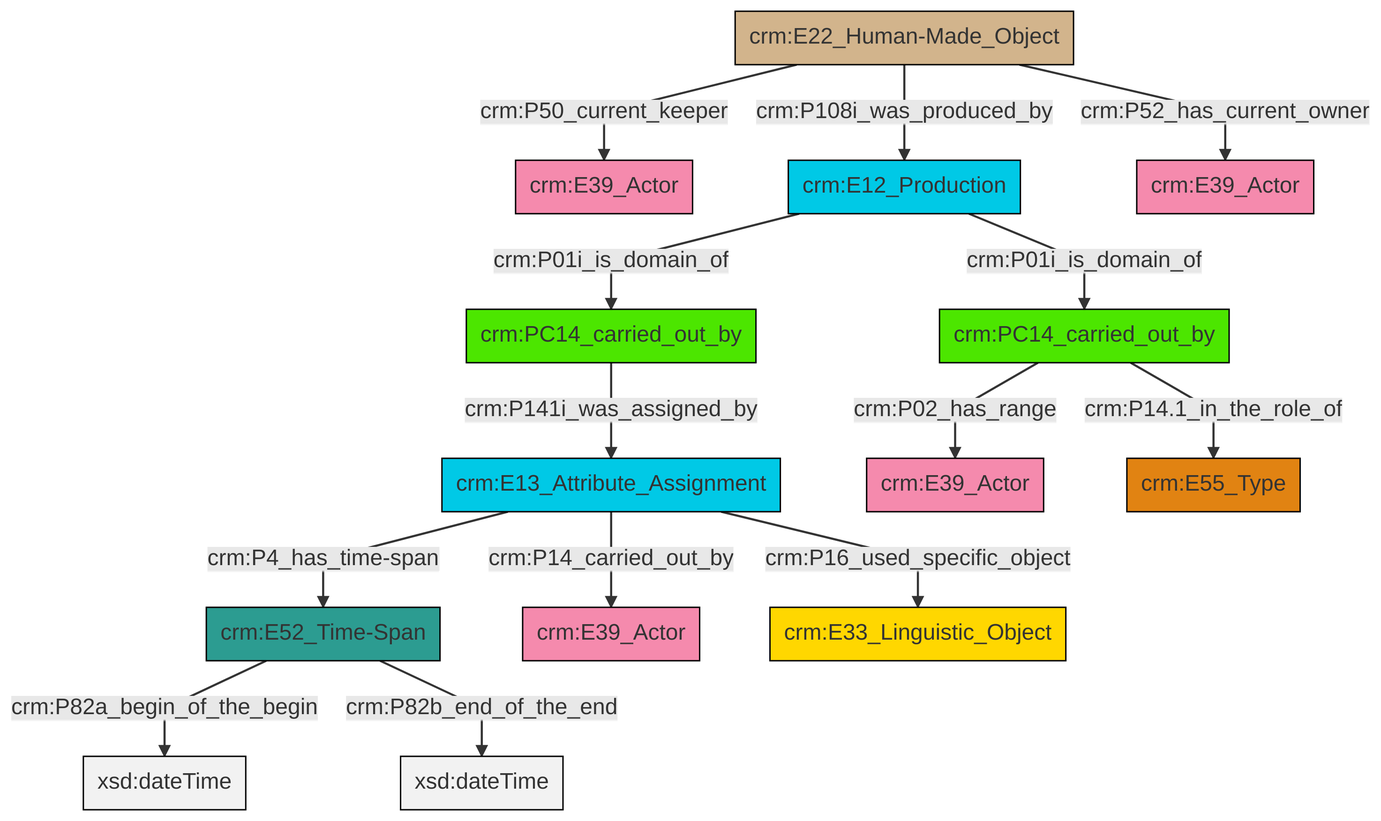
The Mermaid diagram et/carrierCSV/ttl/mmd/png/carrier_relations.png in swiss-art-research-net/docs.swissartresearch, before a commit. Its source is kept beside it as et/carrierCSV/ttl/mmd/carrier_relations.ttl.mmd.
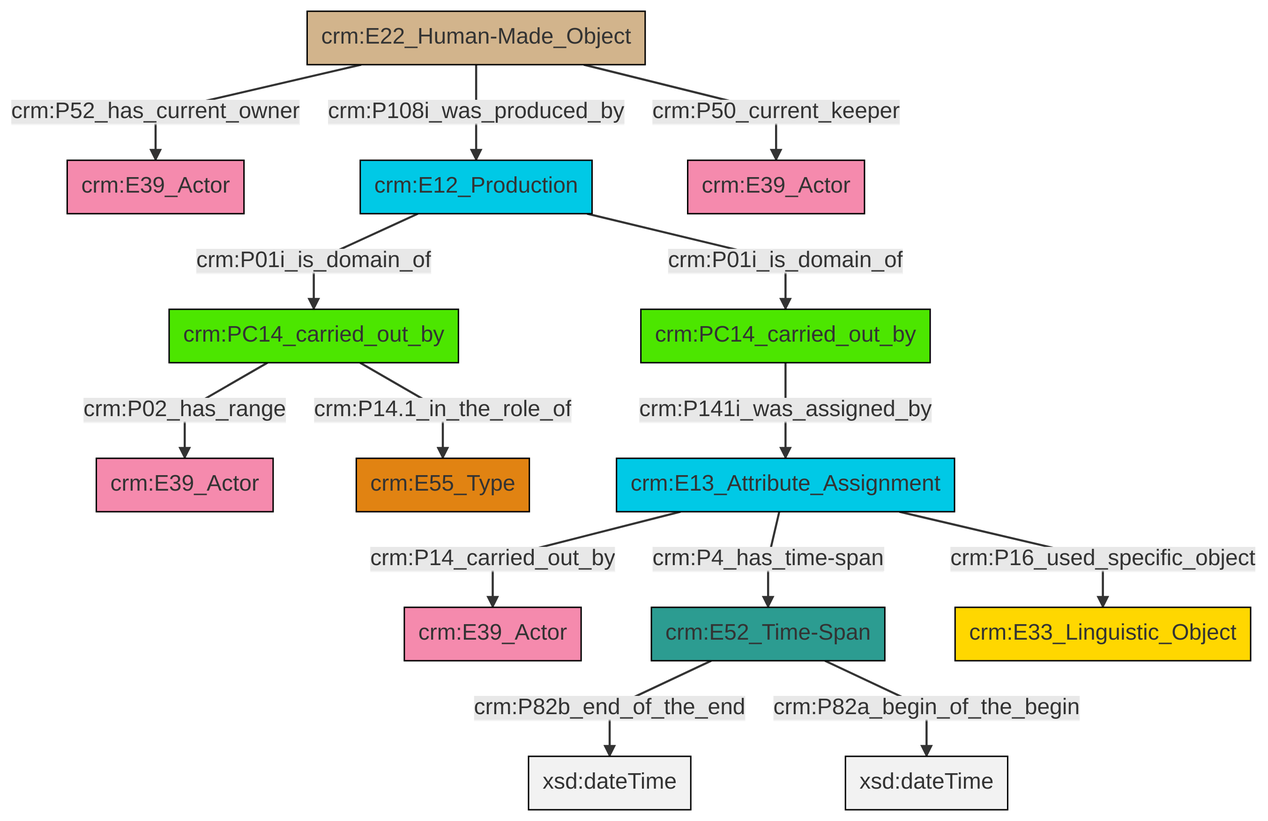
After the change.

What changed in the source:
```diff
@@ -13,16 +13,16 @@
 classDef PC_Classes fill:#4ce600, stroke:#000000;
 classDef Multi fill:#cccccc,stroke:#000000;
 
-0["crm:E22_Human-Made_Object"]:::Physical_Thing -->|crm:P50_current_keeper| 1["crm:E39_Actor"]:::Actor
-0["crm:E22_Human-Made_Object"]:::Physical_Thing -->|crm:P108i_was_produced_by| 2["crm:E12_Production"]:::Temporal_Entity
-3["crm:E52_Time-Span"]:::Time-Span -->|crm:P82a_begin_of_the_begin| 4[xsd:dateTime]:::Literal
-7["crm:PC14_carried_out_by"]:::PC_Classes -->|crm:P141i_was_assigned_by| 8["crm:E13_Attribute_Assignment"]:::Temporal_Entity
-2["crm:E12_Production"]:::Temporal_Entity -->|crm:P01i_is_domain_of| 7["crm:PC14_carried_out_by"]:::PC_Classes
-2["crm:E12_Production"]:::Temporal_Entity -->|crm:P01i_is_domain_of| 5["crm:PC14_carried_out_by"]:::PC_Classes
-5["crm:PC14_carried_out_by"]:::PC_Classes -->|crm:P02_has_range| 12["crm:E39_Actor"]:::Actor
-8["crm:E13_Attribute_Assignment"]:::Temporal_Entity -->|crm:P14_carried_out_by| 9["crm:E39_Actor"]:::Actor
-8["crm:E13_Attribute_Assignment"]:::Temporal_Entity -->|crm:P4_has_time-span| 3["crm:E52_Time-Span"]:::Time-Span
-8["crm:E13_Attribute_Assignment"]:::Temporal_Entity -->|crm:P16_used_specific_object| 14["crm:E33_Linguistic_Object"]:::Conceptual_Object
-5["crm:PC14_carried_out_by"]:::PC_Classes -->|crm:P14.1_in_the_role_of| 21["crm:E55_Type"]:::Type
-3["crm:E52_Time-Span"]:::Time-Span -->|crm:P82b_end_of_the_end| 23[xsd:dateTime]:::Literal
-0["crm:E22_Human-Made_Object"]:::Physical_Thing -->|crm:P52_has_current_owner| 18["crm:E39_Actor"]:::Actor
+0["crm:E22_Human-Made_Object"]:::Physical_Thing -->|crm:P52_has_current_owner| 1["crm:E39_Actor"]:::Actor
+7["crm:E13_Attribute_Assignment"]:::Temporal_Entity -->|crm:P14_carried_out_by| 8["crm:E39_Actor"]:::Actor
+3["crm:E52_Time-Span"]:::Time-Span -->|crm:P82b_end_of_the_end| 9[xsd:dateTime]:::Literal
+10["crm:E12_Production"]:::Temporal_Entity -->|crm:P01i_is_domain_of| 11["crm:PC14_carried_out_by"]:::PC_Classes
+7["crm:E13_Attribute_Assignment"]:::Temporal_Entity -->|crm:P4_has_time-span| 3["crm:E52_Time-Span"]:::Time-Span
+7["crm:E13_Attribute_Assignment"]:::Temporal_Entity -->|crm:P16_used_specific_object| 17["crm:E33_Linguistic_Object"]:::Conceptual_Object
+13["crm:PC14_carried_out_by"]:::PC_Classes -->|crm:P141i_was_assigned_by| 7["crm:E13_Attribute_Assignment"]:::Temporal_Entity
+0["crm:E22_Human-Made_Object"]:::Physical_Thing -->|crm:P108i_was_produced_by| 10["crm:E12_Production"]:::Temporal_Entity
+3["crm:E52_Time-Span"]:::Time-Span -->|crm:P82a_begin_of_the_begin| 21[xsd:dateTime]:::Literal
+11["crm:PC14_carried_out_by"]:::PC_Classes -->|crm:P02_has_range| 15["crm:E39_Actor"]:::Actor
+11["crm:PC14_carried_out_by"]:::PC_Classes -->|crm:P14.1_in_the_role_of| 5["crm:E55_Type"]:::Type
+0["crm:E22_Human-Made_Object"]:::Physical_Thing -->|crm:P50_current_keeper| 18["crm:E39_Actor"]:::Actor
+10["crm:E12_Production"]:::Temporal_Entity -->|crm:P01i_is_domain_of| 13["crm:PC14_carried_out_by"]:::PC_Classes
```
